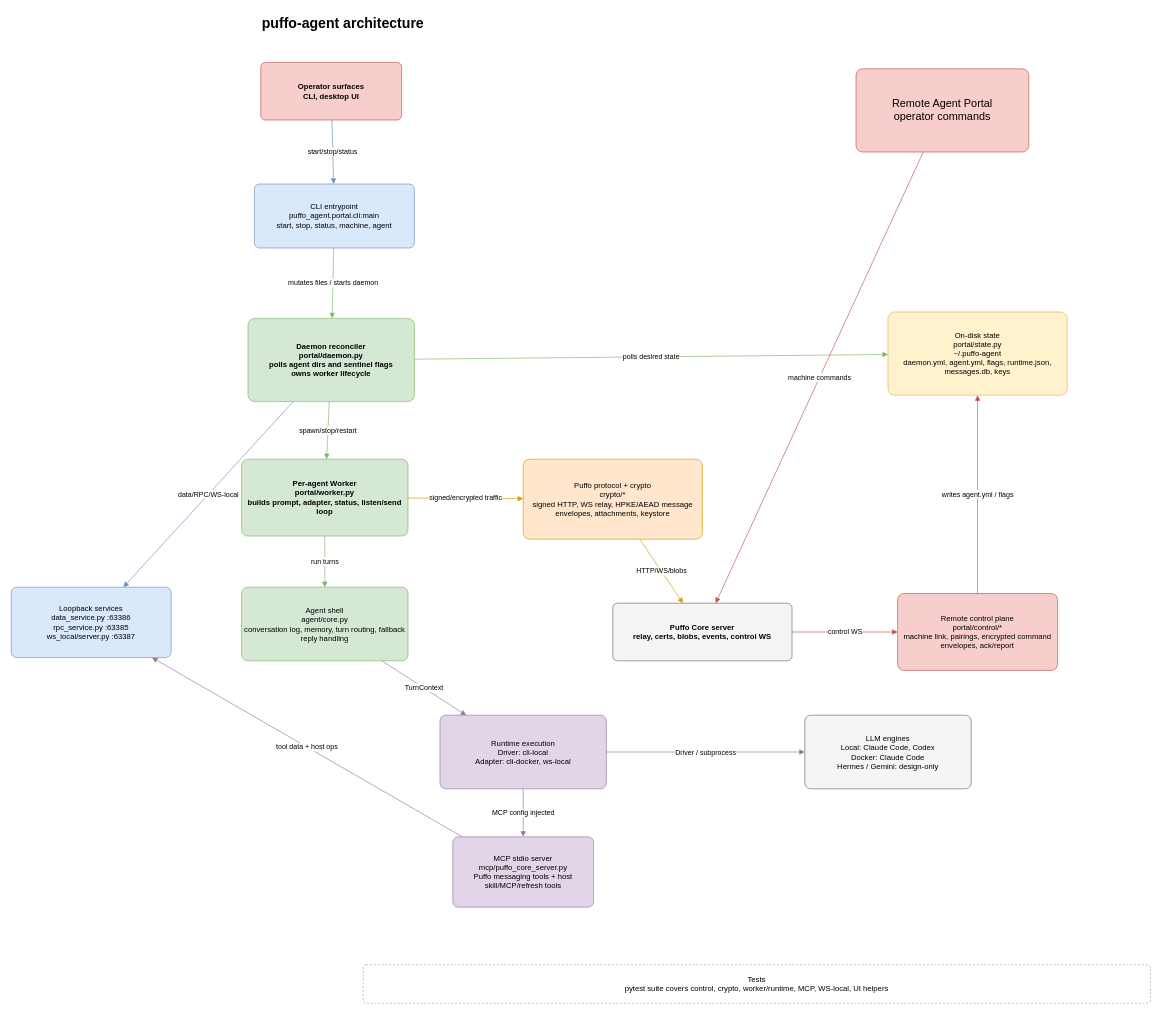
This is docs/puffo-agent-architecture.drawio from TZZheng/puffo-agent, a draw.io file, before an edit. Source tidied: cells renumbered, new cells numbered last; positions are measured from the earlier drawing's top-left corner, leaving out a move shared by most shapes. Both pictures are drawn from the tidied source at 64%, with x=0, y=0 at pixel (11, 11).
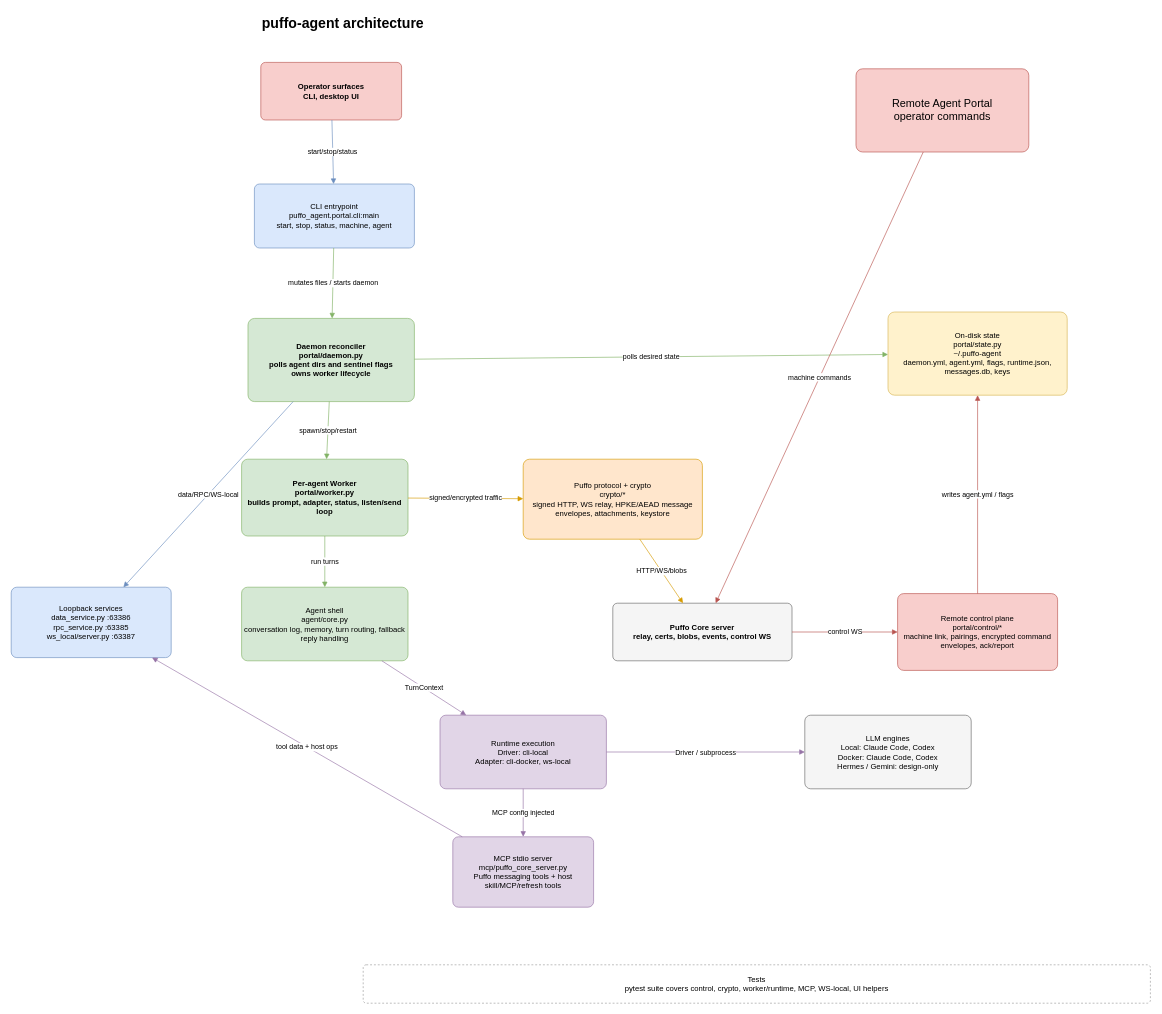
After the change.

Change to the diagram source:
```diff
@@
-    <mxCell id="10" value="LLM engines&#10;Local: Claude Code, Codex&#10;Docker: Claude Code&#10;Hermes / Gemini: design-only" style="rounded=1;whiteSpace=wrap;html=1;arcSize=8;fillColor=#F5F5F5;strokeColor=#666666;" parent="1" vertex="1">
+    <mxCell id="10" value="LLM engines&#10;Local: Claude Code, Codex&#10;Docker: Claude Code, Codex&#10;Hermes / Gemini: design-only" style="rounded=1;whiteSpace=wrap;html=1;arcSize=8;fillColor=#F5F5F5;strokeColor=#666666;" parent="1" vertex="1">
       <mxGeometry x="1240" y="1100" width="260" height="115" as="geometry" />
     </mxCell>
```
